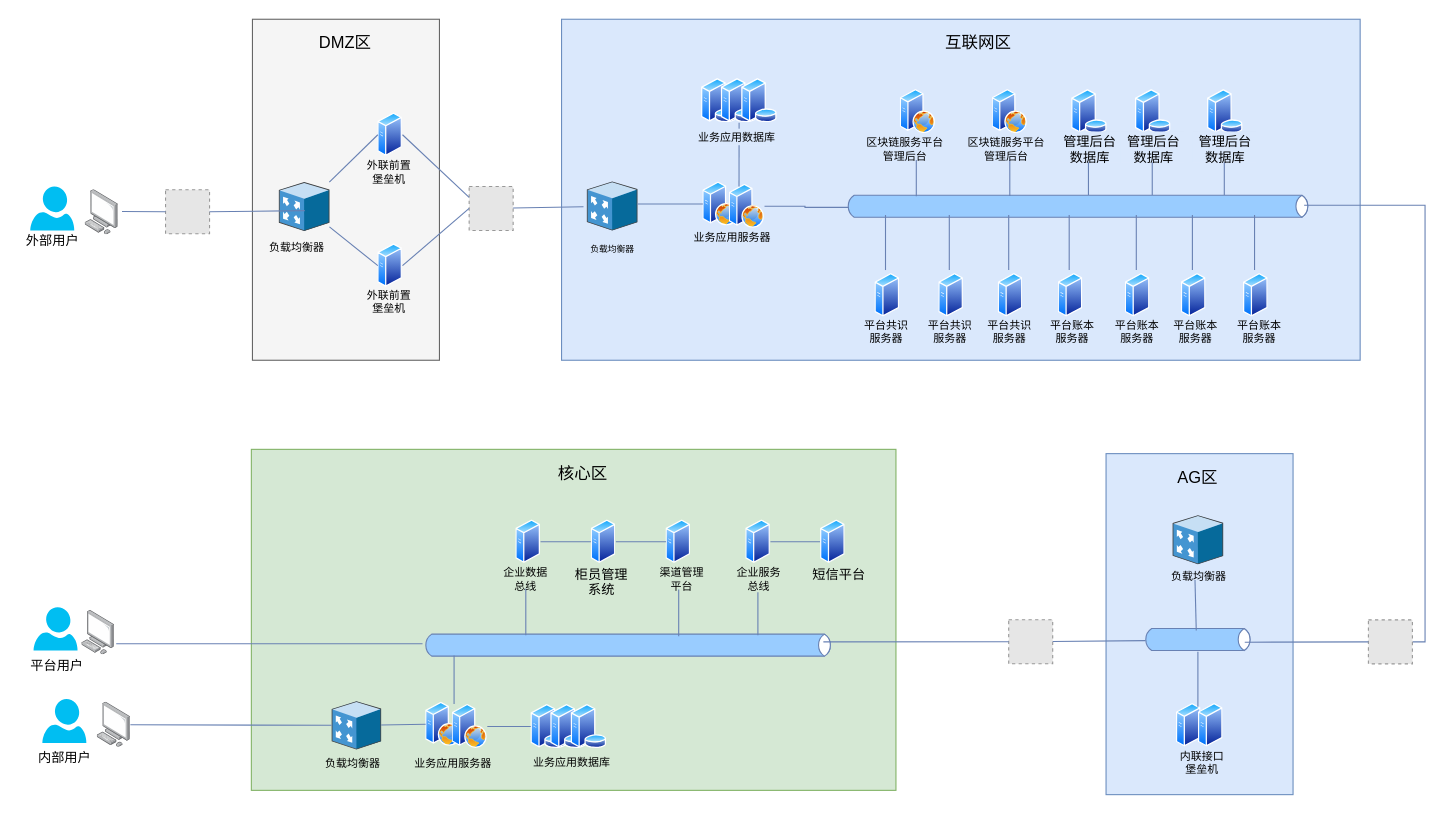
This is repository/drawio/postb/系统拓扑图.drawio from dilide/collections, a draw.io file, before an edit. Source tidied: cells renumbered, new cells numbered last; positions are measured from the earlier drawing's top-left corner, leaving out a move shared by most shapes. Both pictures are drawn from the tidied source at 110%, with x=0, y=0 at pixel (19, 19). Pictures stored in the file or linked from it are replaced by grey dashed boxes.
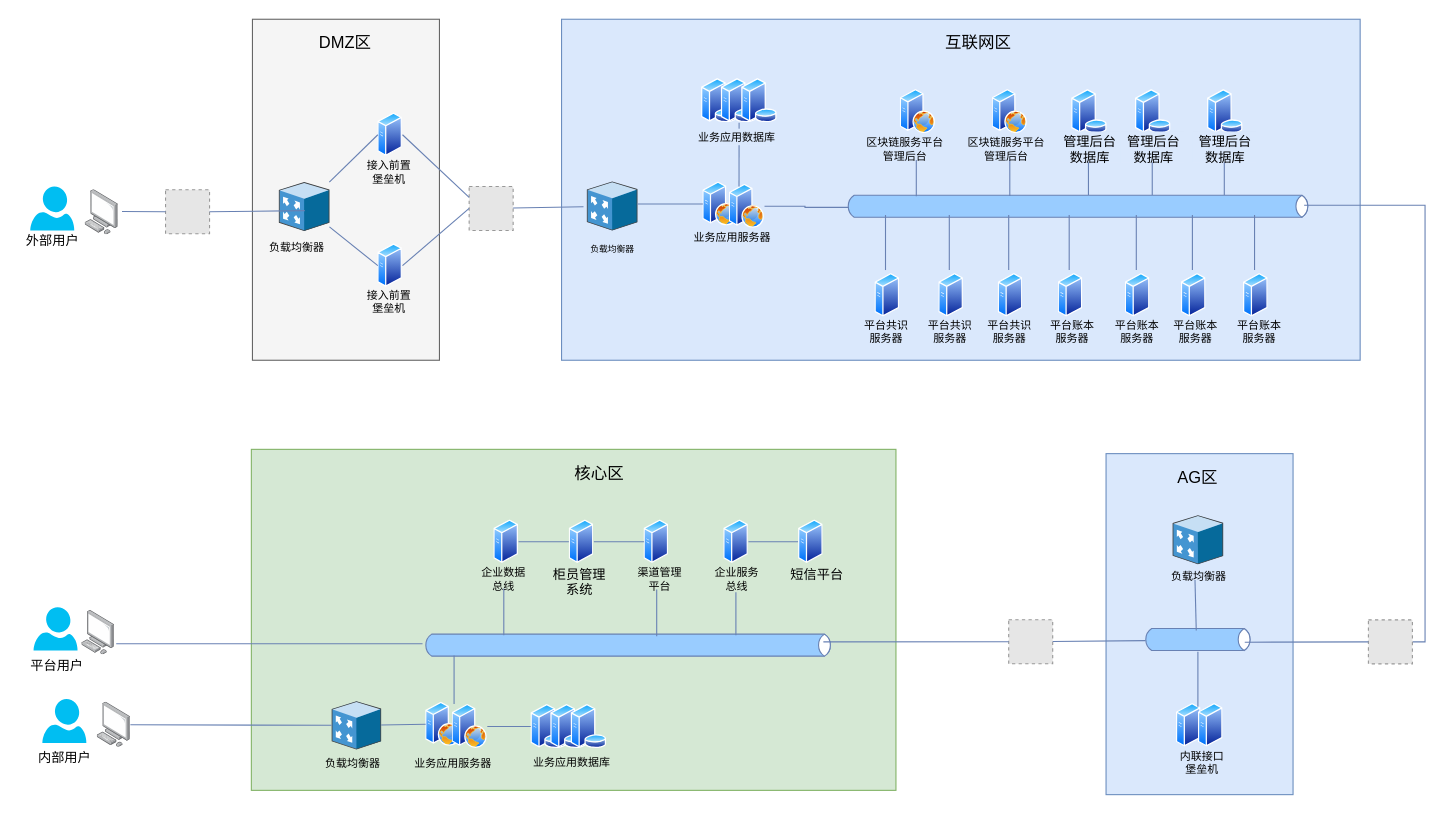
The same diagram, later.

Commit message:
Update 系统拓扑图.drawio

The edit, as a diff of the source:
```diff
@@
-    <mxCell id="25" value="外联前置&lt;br style=&quot;font-size: 10px&quot;&gt;堡垒机" style="text;html=1;align=center;verticalAlign=top;spacingTop=-4;fontSize=10;" parent="1" vertex="1">
+    <mxCell id="25" value="接入前置&lt;br style=&quot;font-size: 10px&quot;&gt;堡垒机" style="text;html=1;align=center;verticalAlign=top;spacingTop=-4;fontSize=10;" parent="1" vertex="1">
       <mxGeometry x="307" y="125" width="58" height="24" as="geometry" />
     </mxCell>
@@
     <mxCell id="54" style="strokeColor=#6881B3;edgeStyle=none;rounded=0;endArrow=none;html=1;strokeWidth=1;fontSize=8;" parent="1" edge="1">
       <mxGeometry relative="1" as="geometry">
-        <mxPoint x="460.5" y="517.4" as="sourcePoint" />
-        <mxPoint x="460.5" y="560" as="targetPoint" />
+        <mxPoint x="440.5" y="517.4" as="sourcePoint" />
+        <mxPoint x="440.5" y="560" as="targetPoint" />
       </mxGeometry>
     </mxCell>
     <mxCell id="55" style="strokeColor=#6881B3;edgeStyle=none;rounded=0;endArrow=none;html=1;strokeWidth=1;fontSize=8;" parent="1" edge="1">
       <mxGeometry relative="1" as="geometry">
-        <mxPoint x="599.5" y="518.4" as="sourcePoint" />
-        <mxPoint x="599.5" y="561" as="targetPoint" />
+        <mxPoint x="579.5" y="518.4" as="sourcePoint" />
+        <mxPoint x="579.5" y="561" as="targetPoint" />
       </mxGeometry>
     </mxCell>
     <mxCell id="56" style="strokeColor=#6881B3;edgeStyle=none;rounded=0;endArrow=none;html=1;strokeWidth=1;fontSize=8;" parent="1" edge="1">
       <mxGeometry relative="1" as="geometry">
-        <mxPoint x="671.5" y="520.9" as="sourcePoint" />
-        <mxPoint x="671.5" y="560" as="targetPoint" />
+        <mxPoint x="651.5" y="520.9" as="sourcePoint" />
+        <mxPoint x="651.5" y="560" as="targetPoint" />
       </mxGeometry>
     </mxCell>
@@
     <mxCell id="60" style="perimeter=ellipsePerimeter;html=1;align=center;shadow=0;dashed=0;spacingTop=3;image;image=img/lib/active_directory/generic_server.svg;strokeColor=#6881B3;strokeWidth=1;fillColor=#99CCFF;fontSize=8;" parent="1" vertex="1">
-      <mxGeometry x="660.5" y="455" width="22.4" height="40" as="geometry" />
+      <mxGeometry x="640.5" y="455" width="22.4" height="40" as="geometry" />
     </mxCell>
     <mxCell id="61" style="perimeter=ellipsePerimeter;html=1;align=center;shadow=0;dashed=0;spacingTop=3;image;image=img/lib/active_directory/generic_server.svg;strokeColor=#6881B3;strokeWidth=1;fillColor=#99CCFF;fontSize=8;" parent="1" vertex="1">
-      <mxGeometry x="588" y="455" width="22.4" height="40" as="geometry" />
+      <mxGeometry x="568" y="455" width="22.4" height="40" as="geometry" />
     </mxCell>
     <mxCell id="62" value="企业服务&lt;br&gt;总线" style="text;html=1;align=center;verticalAlign=top;spacingTop=-4;fontSize=10;" parent="1" vertex="1">
-      <mxGeometry x="643" y="495" width="58" height="24" as="geometry" />
+      <mxGeometry x="623" y="495" width="58" height="24" as="geometry" />
     </mxCell>
     <mxCell id="63" value="渠道管理&lt;br&gt;平台" style="text;html=1;align=center;verticalAlign=top;spacingTop=-4;fontSize=10;" parent="1" vertex="1">
-      <mxGeometry x="573" y="495" width="58" height="24" as="geometry" />
+      <mxGeometry x="553" y="495" width="58" height="24" as="geometry" />
     </mxCell>
@@
     <mxCell id="65" style="perimeter=ellipsePerimeter;html=1;align=center;shadow=0;dashed=0;spacingTop=3;image;image=img/lib/active_directory/generic_server.svg;strokeColor=#6881B3;strokeWidth=1;fillColor=#99CCFF;fontSize=8;" parent="1" vertex="1">
-      <mxGeometry x="451.5" y="455" width="22.4" height="40" as="geometry" />
+      <mxGeometry x="431.5" y="455" width="22.4" height="40" as="geometry" />
     </mxCell>
     <mxCell id="66" value="企业数据&lt;br&gt;总线" style="text;html=1;align=center;verticalAlign=top;spacingTop=-4;fontSize=10;" parent="1" vertex="1">
-      <mxGeometry x="431" y="494.9" width="58" height="24" as="geometry" />
+      <mxGeometry x="411" y="494.9" width="58" height="24" as="geometry" />
     </mxCell>
@@
     <mxCell id="75" value="&lt;font style=&quot;font-size: 15px&quot;&gt;核心区&lt;/font&gt;" style="text;html=1;align=center;verticalAlign=top;spacingTop=-4;fontSize=12;" parent="1" vertex="1">
-      <mxGeometry x="484" y="401.4" width="55" height="15" as="geometry" />
+      <mxGeometry x="499.5" y="401.4" width="55" height="15" as="geometry" />
     </mxCell>
@@
-    <mxCell id="89" value="外联前置&lt;br style=&quot;font-size: 10px&quot;&gt;堡垒机" style="text;html=1;align=center;verticalAlign=top;spacingTop=-4;fontSize=10;" parent="1" vertex="1">
+    <mxCell id="89" value="接入前置&lt;br style=&quot;font-size: 10px&quot;&gt;堡垒机" style="text;html=1;align=center;verticalAlign=top;spacingTop=-4;fontSize=10;" parent="1" vertex="1">
       <mxGeometry x="307" y="242.5" width="58" height="24" as="geometry" />
     </mxCell>
@@
     <mxCell id="126" style="perimeter=ellipsePerimeter;html=1;align=center;shadow=0;dashed=0;spacingTop=3;image;image=img/lib/active_directory/generic_server.svg;strokeColor=#6881B3;strokeWidth=1;fillColor=#99CCFF;fontSize=8;" parent="1" vertex="1">
-      <mxGeometry x="728.5" y="455" width="22.4" height="40" as="geometry" />
+      <mxGeometry x="708.5" y="455" width="22.4" height="40" as="geometry" />
     </mxCell>
     <mxCell id="127" value="短信平台" style="text;html=1;align=center;verticalAlign=top;spacingTop=-4;" parent="1" vertex="1">
-      <mxGeometry x="716" y="495" width="58" height="14" as="geometry" />
+      <mxGeometry x="696" y="495" width="58" height="14" as="geometry" />
     </mxCell>
@@
     <mxCell id="129" style="perimeter=ellipsePerimeter;html=1;align=center;shadow=0;dashed=0;spacingTop=3;image;image=img/lib/active_directory/generic_server.svg;strokeColor=#6881B3;strokeWidth=1;fillColor=#99CCFF;fontSize=8;" parent="1" vertex="1">
-      <mxGeometry x="520" y="455" width="22.4" height="40" as="geometry" />
+      <mxGeometry x="500" y="455" width="22.4" height="40" as="geometry" />
     </mxCell>
     <mxCell id="130" value="柜员管理&lt;br&gt;系统" style="text;html=1;align=center;verticalAlign=top;spacingTop=-4;" parent="1" vertex="1">
-      <mxGeometry x="500" y="495" width="58" height="28" as="geometry" />
+      <mxGeometry x="480" y="495" width="58" height="28" as="geometry" />
     </mxCell>
```
